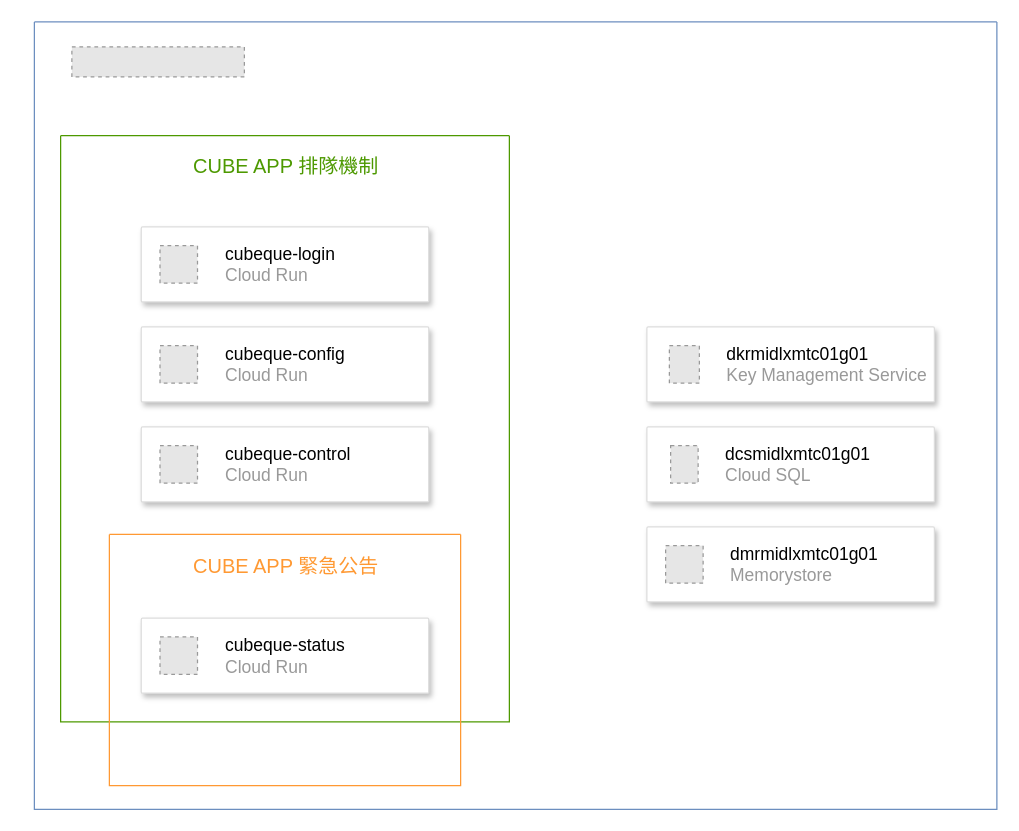
Before: ddd.drawio in JaeyoLin/draw.io, a draw.io diagram. Source tidied: cells renumbered, new cells numbered last; positions are measured from the earlier drawing's top-left corner, leaving out a move shared by most shapes. Both pictures are drawn from the tidied source at 125%, with x=0, y=0 at pixel (34, 21). Pictures stored in the file or linked from it are replaced by grey dashed boxes.
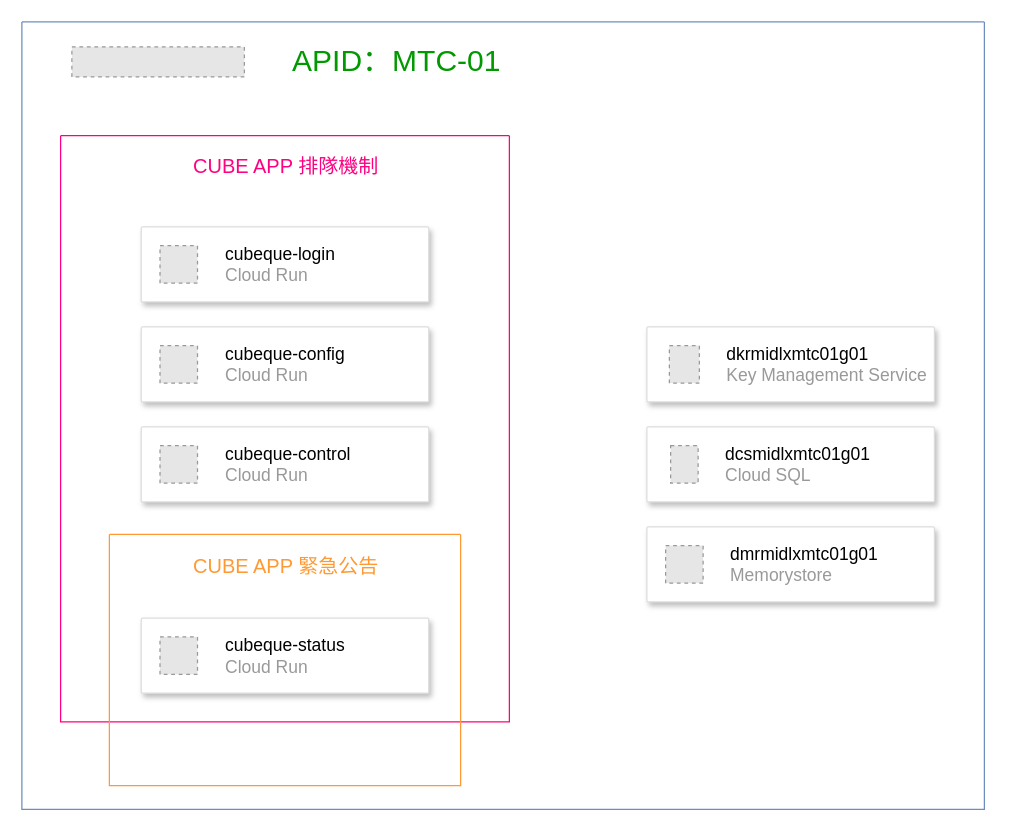
Above is the later version.

Diff of the diagram source:
```diff
@@
-    <mxCell id="9" style="swimlane;startSize=0;strokeColor=#4D9900;" parent="1" vertex="1">
+    <mxCell id="9" style="swimlane;startSize=0;strokeColor=#FF0080;fillColor=none;fontColor=#ffffff;" parent="1" vertex="1">
       <mxGeometry x="21" y="91" width="359" height="469" as="geometry" />
     </mxCell>
-    <mxCell id="10" value="&lt;font color=&quot;#4d9900&quot; style=&quot;font-size: 16px;&quot;&gt;CUBE APP 排隊機制&lt;/font&gt;" style="text;html=1;align=center;verticalAlign=middle;strokeColor=none;fillColor=none;" parent="9" vertex="1">
+    <mxCell id="10" value="&lt;font color=&quot;#ff0080&quot; style=&quot;font-size: 16px;&quot;&gt;CUBE APP 排隊機制&lt;/font&gt;" style="text;html=1;align=center;verticalAlign=middle;" parent="9" vertex="1">
       <mxGeometry x="94.5" y="9" width="170" height="30" as="geometry" />
     </mxCell>
@@
     <mxCell id="21" style="swimlane;startSize=0;fillColor=#dae8fc;strokeColor=#6c8ebf;" parent="1" vertex="1">
-      <mxGeometry width="770" height="630" as="geometry" />
+      <mxGeometry x="-10" width="770" height="630" as="geometry" />
     </mxCell>
+    <mxCell id="22" value="&lt;font color=&quot;#009900&quot; style=&quot;font-size: 24px;&quot;&gt;APID：MTC-01&lt;/font&gt;" style="text;html=1;strokeColor=none;fillColor=none;align=center;verticalAlign=middle;whiteSpace=wrap;rounded=0;" parent="21" vertex="1">
+      <mxGeometry x="180" y="17" width="240" height="30" as="geometry" />
+    </mxCell>
```
